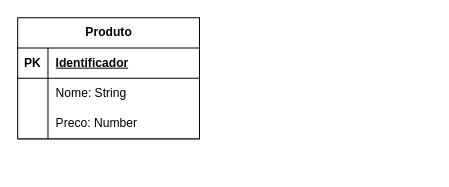
This is exercicios/exerc.drawio from LarissaAsito/DevInHouseM2S06, a draw.io file, before an edit. Source tidied: cells renumbered, new cells numbered last; positions are measured from the earlier drawing's top-left corner, leaving out a move shared by most shapes. Both pictures are drawn from the tidied source at 101%, with x=0, y=0 at pixel (17, 17).
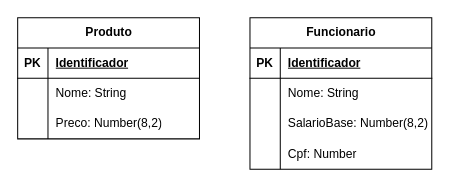
After the change.

Commit message:
Adicionando exercicio 2

Unchanged cells that the change refers to:
```xml
<mxCell id="9" style="shape=tableRow;horizontal=0;startSize=0;swimlaneHead=0;swimlaneBody=0;fillColor=none;top=0;left=0;right=0;bottom=0;" parent="2" vertex="1">
  <mxGeometry y="90" width="180" height="30" as="geometry" />
</mxCell>
```

What changed in the source:
```diff
@@
-    <mxCell id="11" value="Preco: Number" style="shape=partialRectangle;fillColor=none;top=0;left=0;bottom=0;right=0;align=left;spacingLeft=6;overflow=hidden;whiteSpace=wrap;html=1;" parent="9" vertex="1">
+    <mxCell id="11" value="Preco: Number(8,2)" style="shape=partialRectangle;fillColor=none;top=0;left=0;bottom=0;right=0;align=left;spacingLeft=6;overflow=hidden;whiteSpace=wrap;html=1;" parent="9" vertex="1">
       <mxGeometry x="30" width="150" height="30" as="geometry" />
     </mxCell>
+    <mxCell id="12" value="Funcionario" style="shape=table;startSize=30;childLayout=tableLayout;rowLines=0;fontStyle=1;align=center;html=1;" parent="1" vertex="1">
+      <mxGeometry x="230" width="180" height="150" as="geometry" />
+    </mxCell>
+    <mxCell id="13" style="shape=tableRow;horizontal=0;startSize=0;swimlaneHead=0;swimlaneBody=0;fillColor=none;top=0;left=0;right=0;bottom=1;" parent="12" vertex="1">
+      <mxGeometry y="30" width="180" height="30" as="geometry" />
+    </mxCell>
+    <mxCell id="14" value="PK" style="shape=partialRectangle;fillColor=none;top=0;left=0;bottom=0;right=0;fontStyle=1;overflow=hidden;whiteSpace=wrap;html=1;" parent="13" vertex="1">
+      <mxGeometry width="30" height="30" as="geometry" />
+    </mxCell>
+    <mxCell id="15" value="Identificador" style="shape=partialRectangle;fillColor=none;top=0;left=0;bottom=0;right=0;align=left;spacingLeft=6;fontStyle=5;overflow=hidden;whiteSpace=wrap;html=1;" parent="13" vertex="1">
+      <mxGeometry x="30" width="150" height="30" as="geometry" />
+    </mxCell>
+    <mxCell id="16" style="shape=tableRow;horizontal=0;startSize=0;swimlaneHead=0;swimlaneBody=0;fillColor=none;top=0;left=0;right=0;bottom=0;" parent="12" vertex="1">
+      <mxGeometry y="60" width="180" height="30" as="geometry" />
+    </mxCell>
+    <mxCell id="17" style="shape=partialRectangle;fillColor=none;top=0;left=0;bottom=0;right=0;overflow=hidden;whiteSpace=wrap;html=1;" parent="16" vertex="1">
+      <mxGeometry width="30" height="30" as="geometry" />
+    </mxCell>
+    <mxCell id="18" value="Nome: String" style="shape=partialRectangle;fillColor=none;top=0;left=0;bottom=0;right=0;align=left;spacingLeft=6;overflow=hidden;whiteSpace=wrap;html=1;" parent="16" vertex="1">
+      <mxGeometry x="30" width="150" height="30" as="geometry" />
+    </mxCell>
+    <mxCell id="19" style="shape=tableRow;horizontal=0;startSize=0;swimlaneHead=0;swimlaneBody=0;fillColor=none;top=0;left=0;right=0;bottom=0;" parent="12" vertex="1">
+      <mxGeometry y="90" width="180" height="30" as="geometry" />
+    </mxCell>
+    <mxCell id="20" style="shape=partialRectangle;fillColor=none;top=0;left=0;bottom=0;right=0;overflow=hidden;whiteSpace=wrap;html=1;" parent="19" vertex="1">
+      <mxGeometry width="30" height="30" as="geometry" />
+    </mxCell>
+    <mxCell id="21" value="SalarioBase: Number(8,2)" style="shape=partialRectangle;fillColor=none;top=0;left=0;bottom=0;right=0;align=left;spacingLeft=6;overflow=hidden;whiteSpace=wrap;html=1;" parent="19" vertex="1">
+      <mxGeometry x="30" width="150" height="30" as="geometry" />
+    </mxCell>
+    <mxCell id="22" style="shape=tableRow;horizontal=0;startSize=0;swimlaneHead=0;swimlaneBody=0;fillColor=none;top=0;left=0;right=0;bottom=0;" parent="12" vertex="1">
+      <mxGeometry y="120" width="180" height="30" as="geometry" />
+    </mxCell>
+    <mxCell id="23" style="shape=partialRectangle;fillColor=none;top=0;left=0;bottom=0;right=0;overflow=hidden;whiteSpace=wrap;html=1;" parent="22" vertex="1">
+      <mxGeometry width="30" height="30" as="geometry" />
+    </mxCell>
+    <mxCell id="24" value="Cpf: Number" style="shape=partialRectangle;fillColor=none;top=0;left=0;bottom=0;right=0;align=left;spacingLeft=6;overflow=hidden;whiteSpace=wrap;html=1;" parent="22" vertex="1">
+      <mxGeometry x="30" width="150" height="30" as="geometry" />
+    </mxCell>
```
